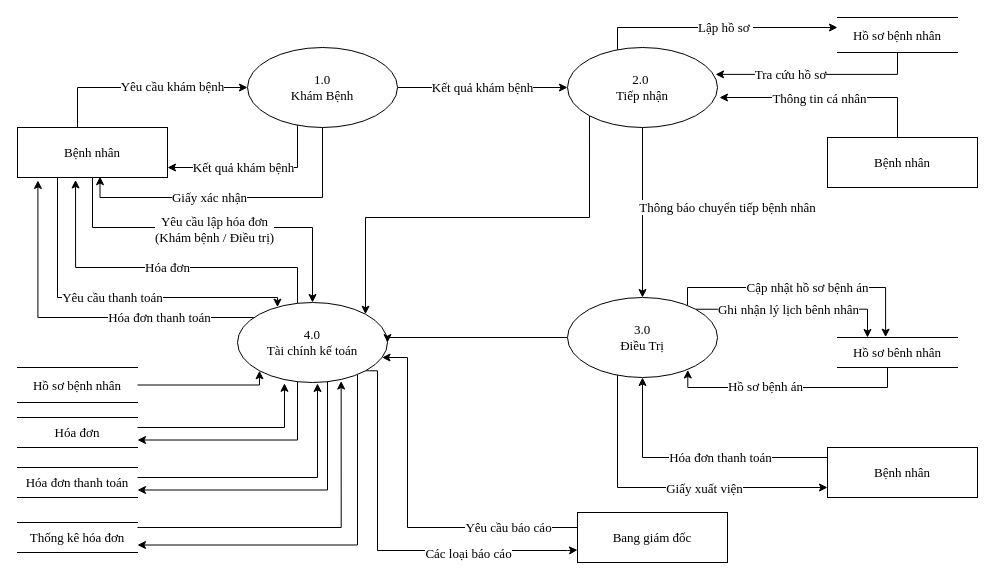
Above: MucDinh.drawio in Nhatran241/HTTT (draw.io), before the change. Source tidied: cells renumbered, new cells numbered last; positions are measured from the earlier drawing's top-left corner, leaving out a move shared by most shapes. Both pictures are drawn from the tidied source at 100%, with x=0, y=0 at pixel (17, 17).
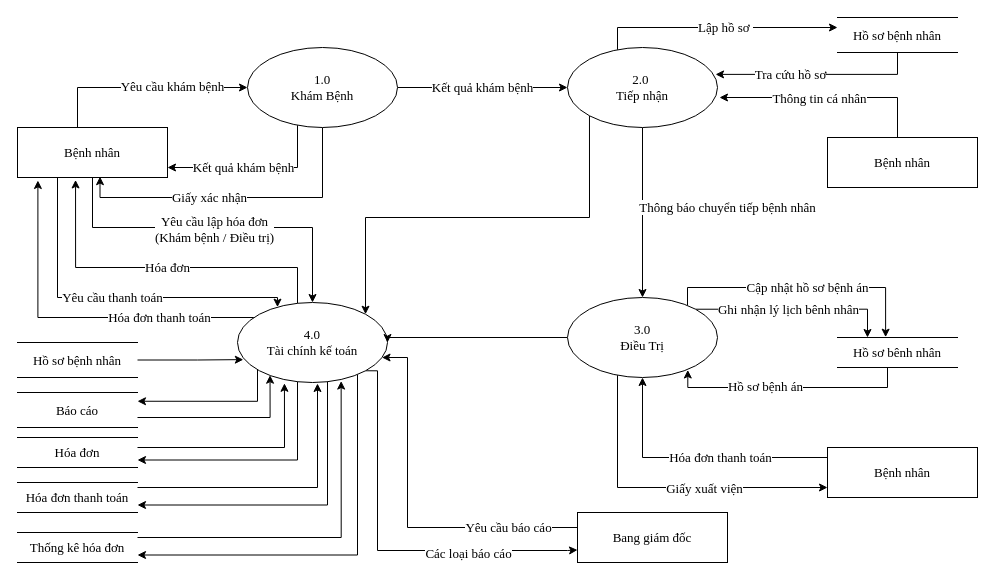
The same diagram, later.

Unchanged cells that the change refers to:
```xml
<mxCell id="23" value="4.0&lt;br style=&quot;font-size: 13px;&quot;&gt;Tài chính kế toán" style="ellipse;whiteSpace=wrap;html=1;fontFamily=Times New Roman;fontSize=13;" parent="1" vertex="1">
  <mxGeometry x="220" y="285" width="150" height="80" as="geometry" />
</mxCell>
```

Change to the diagram source:
```diff
@@
     <mxCell id="15" style="edgeStyle=orthogonalEdgeStyle;rounded=0;jettySize=auto;html=1;entryX=1;entryY=0.75;entryDx=0;entryDy=0;fontFamily=Times New Roman;fontSize=13;" parent="1" edge="1" source="23" target="42">
       <mxGeometry relative="1" as="geometry">
         <Array as="points">
-          <mxPoint x="280" y="423" />
+          <mxPoint x="280" y="443" />
         </Array>
       </mxGeometry>
     </mxCell>
     <mxCell id="16" style="edgeStyle=orthogonalEdgeStyle;rounded=0;jettySize=auto;html=1;exitX=1;exitY=1;exitDx=0;exitDy=0;entryX=1;entryY=0.75;entryDx=0;entryDy=0;fontFamily=Times New Roman;fontSize=13;" parent="1" edge="1" source="23" target="44">
       <mxGeometry relative="1" as="geometry">
         <Array as="points">
           <mxPoint x="348" y="318" />
           <mxPoint x="310" y="318" />
-          <mxPoint x="310" y="473" />
+          <mxPoint x="310" y="488" />
         </Array>
       </mxGeometry>
     </mxCell>
@@
     <mxCell id="22" style="edgeStyle=orthogonalEdgeStyle;rounded=0;jettySize=auto;html=1;entryX=1;entryY=0.75;entryDx=0;entryDy=0;fontFamily=Times New Roman;fontSize=13;" parent="1" edge="1" source="23" target="50">
       <mxGeometry relative="1" as="geometry">
         <Array as="points">
-          <mxPoint x="340" y="528" />
+          <mxPoint x="340" y="538" />
         </Array>
       </mxGeometry>
     </mxCell>
+    <mxCell id="51" style="edgeStyle=orthogonalEdgeStyle;rounded=0;jettySize=auto;html=1;entryX=1;entryY=0.25;entryDx=0;entryDy=0;" parent="1" edge="1" source="23" target="53">
+      <mxGeometry relative="1" as="geometry">
+        <Array as="points">
+          <mxPoint x="240" y="384" />
+        </Array>
+      </mxGeometry>
+    </mxCell>
@@
     <mxCell id="41" style="edgeStyle=orthogonalEdgeStyle;rounded=0;jettySize=auto;html=1;entryX=0.313;entryY=1.01;entryDx=0;entryDy=0;entryPerimeter=0;fontFamily=Times New Roman;fontSize=13;" parent="1" edge="1" source="42" target="23">
       <mxGeometry relative="1" as="geometry">
         <Array as="points">
-          <mxPoint x="267" y="410" />
+          <mxPoint x="267" y="430" />
         </Array>
       </mxGeometry>
     </mxCell>
     <mxCell id="42" value="Hóa đơn" style="shape=partialRectangle;whiteSpace=wrap;html=1;left=0;right=0;fillColor=none;fontFamily=Times New Roman;fontSize=13;" parent="1" vertex="1">
-      <mxGeometry y="400" width="120" height="30" as="geometry" />
+      <mxGeometry y="420" width="120" height="30" as="geometry" />
     </mxCell>
     <mxCell id="43" style="edgeStyle=orthogonalEdgeStyle;rounded=0;jettySize=auto;html=1;fontFamily=Times New Roman;fontSize=13;" parent="1" edge="1" source="44">
       <mxGeometry relative="1" as="geometry">
         <mxPoint x="300" y="366" as="targetPoint" />
         <Array as="points">
-          <mxPoint x="300" y="460" />
+          <mxPoint x="300" y="470" />
         </Array>
       </mxGeometry>
     </mxCell>
     <mxCell id="44" value="Hóa đơn thanh toán" style="shape=partialRectangle;whiteSpace=wrap;html=1;left=0;right=0;fillColor=none;fontFamily=Times New Roman;fontSize=13;" parent="1" vertex="1">
-      <mxGeometry y="450" width="120" height="30" as="geometry" />
+      <mxGeometry y="465" width="120" height="30" as="geometry" />
     </mxCell>
@@
-    <mxCell id="47" style="edgeStyle=orthogonalEdgeStyle;rounded=0;jettySize=auto;html=1;entryX=0;entryY=1;entryDx=0;entryDy=0;fontFamily=Times New Roman;fontSize=13;" parent="1" edge="1" source="48" target="23">
+    <mxCell id="47" style="edgeStyle=orthogonalEdgeStyle;rounded=0;jettySize=auto;html=1;entryX=0.039;entryY=0.714;entryDx=0;entryDy=0;fontFamily=Times New Roman;fontSize=13;entryPerimeter=0;" parent="1" edge="1" source="48" target="23">
       <mxGeometry relative="1" as="geometry">
         <Array as="points">
-          <mxPoint x="242" y="368" />
+          <mxPoint x="180" y="342" />
+          <mxPoint x="180" y="342" />
         </Array>
       </mxGeometry>
     </mxCell>
     <mxCell id="48" value="Hồ sơ bệnh nhân" style="shape=partialRectangle;whiteSpace=wrap;html=1;left=0;right=0;fillColor=none;fontFamily=Times New Roman;fontSize=13;" parent="1" vertex="1">
-      <mxGeometry y="350" width="120" height="35" as="geometry" />
+      <mxGeometry y="325" width="120" height="35" as="geometry" />
     </mxCell>
     <mxCell id="49" style="edgeStyle=orthogonalEdgeStyle;rounded=0;jettySize=auto;html=1;entryX=0.691;entryY=0.982;entryDx=0;entryDy=0;entryPerimeter=0;fontFamily=Times New Roman;fontSize=13;" parent="1" edge="1" source="50" target="23">
       <mxGeometry relative="1" as="geometry">
         <Array as="points">
-          <mxPoint x="324" y="510" />
+          <mxPoint x="324" y="520" />
         </Array>
       </mxGeometry>
     </mxCell>
     <mxCell id="50" value="Thống kê hóa đơn" style="shape=partialRectangle;whiteSpace=wrap;html=1;left=0;right=0;fillColor=none;fontFamily=Times New Roman;fontSize=13;" parent="1" vertex="1">
-      <mxGeometry y="505" width="120" height="30" as="geometry" />
+      <mxGeometry y="515" width="120" height="30" as="geometry" />
     </mxCell>
+    <mxCell id="52" style="edgeStyle=orthogonalEdgeStyle;rounded=0;jettySize=auto;html=1;entryX=0.217;entryY=0.909;entryDx=0;entryDy=0;entryPerimeter=0;" parent="1" edge="1" source="53" target="23">
+      <mxGeometry relative="1" as="geometry">
+        <Array as="points">
+          <mxPoint x="253" y="400" />
+        </Array>
+      </mxGeometry>
+    </mxCell>
+    <mxCell id="53" value="Báo cáo" style="shape=partialRectangle;whiteSpace=wrap;html=1;left=0;right=0;fillColor=none;fontFamily=Times New Roman;fontSize=13;" parent="1" vertex="1">
+      <mxGeometry y="375" width="120" height="35" as="geometry" />
+    </mxCell>
```
